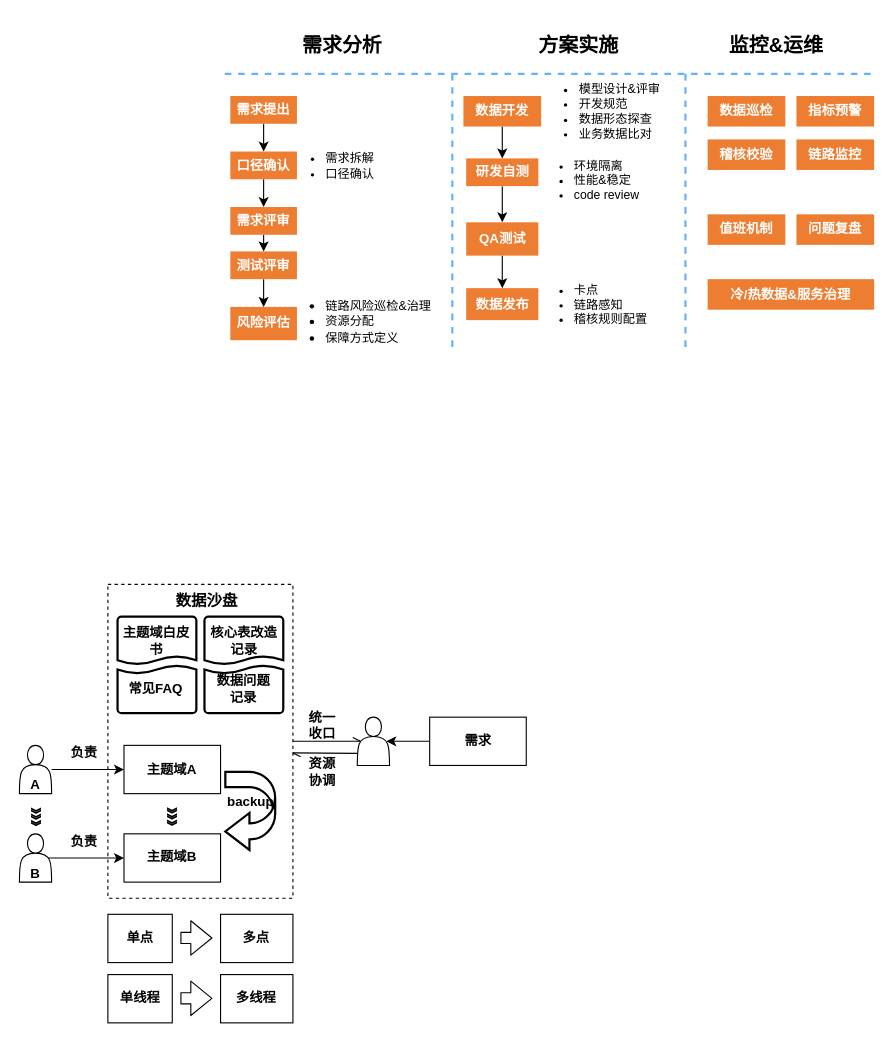
Earlier version of the draw.io diagram mt质量保障.drawio (mineminemine123/work-wiki). Source tidied: cells renumbered, new cells numbered last; positions are measured from the earlier drawing's top-left corner, leaving out a move shared by most shapes. Both pictures are drawn from the tidied source at 111%, with x=0, y=0 at pixel (19, 29).
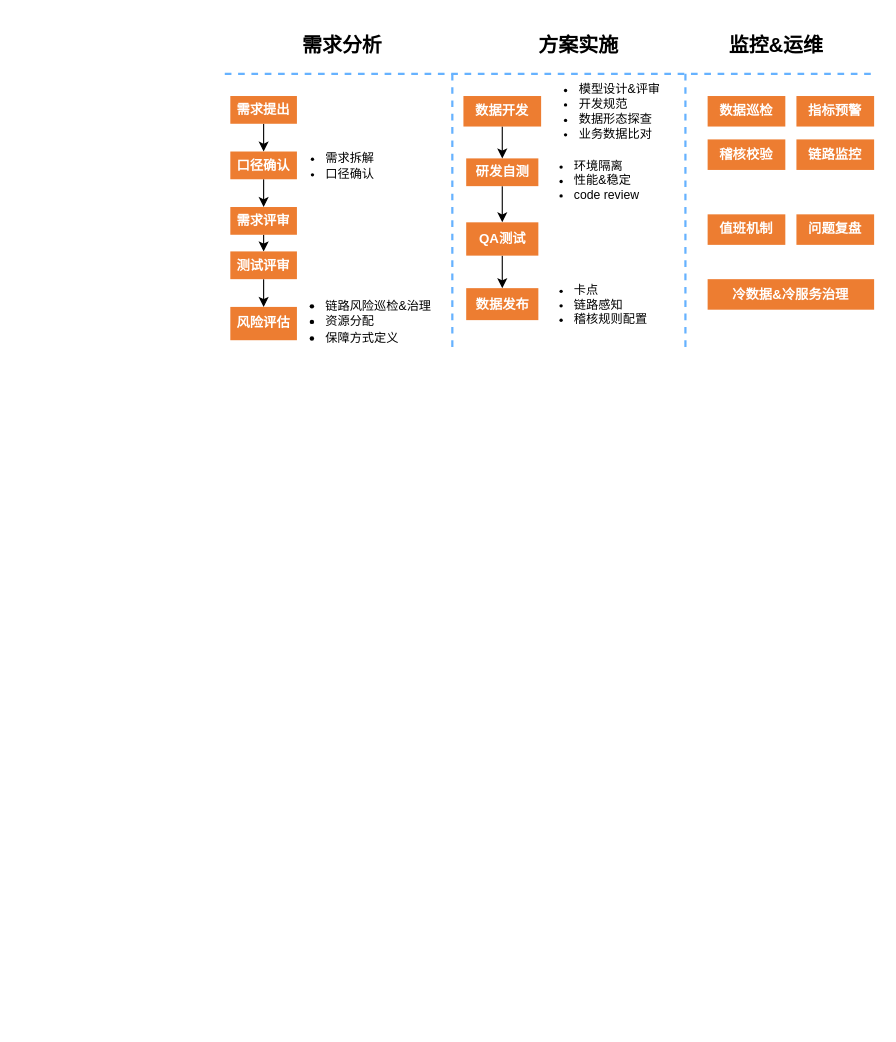
The same diagram, later.

Commit message (it also covers changes not shown here):
更新mt质量保障.drawio

Diff of the diagram source:
```diff
@@
-    <mxCell id="16" value="&lt;div&gt;&lt;ul&gt;&lt;li&gt;&lt;span&gt;卡点&lt;/span&gt;&lt;/li&gt;&lt;li&gt;链路感知&lt;/li&gt;&lt;li&gt;稽核规则配置&lt;/li&gt;&lt;/ul&gt;&lt;/div&gt;" style="text;html=1;strokeColor=none;fillColor=none;align=left;verticalAlign=middle;whiteSpace=wrap;rounded=0;dashed=1;fontSize=11;" parent="1" vertex="1">
+    <mxCell id="16" value="&lt;div style=&quot;font-size: 11px;&quot;&gt;&lt;ul style=&quot;font-size: 11px;&quot;&gt;&lt;li style=&quot;font-size: 11px;&quot;&gt;&lt;span style=&quot;font-size: 11px;&quot;&gt;卡点&lt;/span&gt;&lt;/li&gt;&lt;li style=&quot;font-size: 11px;&quot;&gt;链路感知&lt;/li&gt;&lt;li style=&quot;font-size: 11px;&quot;&gt;稽核规则配置&lt;/li&gt;&lt;/ul&gt;&lt;/div&gt;" style="text;html=1;strokeColor=none;fillColor=none;align=left;verticalAlign=middle;whiteSpace=wrap;rounded=0;dashed=1;fontSize=11;" parent="1" vertex="1">
       <mxGeometry x="457.5" y="228.1" width="114" height="38.8" as="geometry" />
     </mxCell>
@@
-    <mxCell id="30" value="&lt;font color=&quot;#ffffff&quot;&gt;&lt;b&gt;冷/热数据&amp;amp;服务治理&lt;/b&gt;&lt;/font&gt;" style="rounded=0;whiteSpace=wrap;html=1;strokeColor=none;fillColor=#ed7d31;" parent="1" vertex="1">
+    <mxCell id="30" value="&lt;font color=&quot;#ffffff&quot;&gt;&lt;b&gt;冷数据&amp;amp;冷服务治理&lt;/b&gt;&lt;/font&gt;" style="rounded=0;whiteSpace=wrap;html=1;strokeColor=none;fillColor=#ed7d31;" parent="1" vertex="1">
       <mxGeometry x="620" y="225" width="150" height="27.5" as="geometry" />
     </mxCell>
@@
-    <mxCell id="36" style="group;" parent="1" vertex="1">
-      <mxGeometry y="500" width="456.6" height="395" as="geometry" />
-    </mxCell>
-    <mxCell id="37" style="rounded=0;whiteSpace=wrap;html=1;dashed=1;fontStyle=1;" parent="36" vertex="1">
-      <mxGeometry x="79.7" width="166.7" height="282.7" as="geometry" />
-    </mxCell>
-    <mxCell id="38" value="主题域A" style="rounded=0;whiteSpace=wrap;html=1;fontStyle=1;" parent="36" vertex="1">
-      <mxGeometry x="94.2" y="145" width="87" height="43.5" as="geometry" />
-    </mxCell>
-    <mxCell id="39" value="需求" style="rounded=0;whiteSpace=wrap;html=1;fontStyle=1;" parent="36" vertex="1">
-      <mxGeometry x="369.6" y="119.6" width="87" height="43.5" as="geometry" />
-    </mxCell>
-    <mxCell id="40" style="edgeStyle=orthogonalEdgeStyle;rounded=0;jettySize=auto;html=1;fontStyle=1;" parent="36" edge="1" source="41" target="38">
-      <mxGeometry relative="1" as="geometry" />
-    </mxCell>
-    <mxCell id="41" style="shape=actor;whiteSpace=wrap;html=1;fontStyle=1;" parent="36" vertex="1">
-      <mxGeometry y="145" width="29" height="43.5" as="geometry" />
-    </mxCell>
-    <mxCell id="42" style="shape=actor;whiteSpace=wrap;html=1;fontStyle=1;" parent="36" vertex="1">
-      <mxGeometry y="224.7" width="29" height="43.5" as="geometry" />
-    </mxCell>
-    <mxCell id="43" value="主题域B" style="rounded=0;whiteSpace=wrap;html=1;fontStyle=1;" parent="36" vertex="1">
-      <mxGeometry x="94.2" y="224.7" width="87" height="43.5" as="geometry" />
-    </mxCell>
-    <mxCell id="44" style="edgeStyle=orthogonalEdgeStyle;rounded=0;jettySize=auto;html=1;exitX=0.9;exitY=0.5;exitDx=0;exitDy=0;exitPerimeter=0;fontStyle=1;" parent="36" edge="1" source="42" target="43">
-      <mxGeometry relative="1" as="geometry" />
-    </mxCell>
-    <mxCell id="45" value="A" style="text;html=1;strokeColor=none;fillColor=none;align=center;verticalAlign=middle;whiteSpace=wrap;rounded=0;fontStyle=1;" parent="36" vertex="1">
-      <mxGeometry y="173.9" width="29" height="14.5" as="geometry" />
-    </mxCell>
-    <mxCell id="46" value="B" style="text;html=1;strokeColor=none;fillColor=none;align=center;verticalAlign=middle;whiteSpace=wrap;rounded=0;fontStyle=1;" parent="36" vertex="1">
-      <mxGeometry y="253.7" width="29" height="14.5" as="geometry" />
-    </mxCell>
-    <mxCell id="47" value="负责" style="text;html=1;strokeColor=none;fillColor=none;align=center;verticalAlign=middle;whiteSpace=wrap;rounded=0;fontStyle=1;" parent="36" vertex="1">
-      <mxGeometry x="43.5" y="145" width="29" height="14.5" as="geometry" />
-    </mxCell>
-    <mxCell id="48" value="负责" style="text;html=1;strokeColor=none;fillColor=none;align=center;verticalAlign=middle;whiteSpace=wrap;rounded=0;fontStyle=1;" parent="36" vertex="1">
-      <mxGeometry x="43.5" y="224.7" width="29" height="14.5" as="geometry" />
-    </mxCell>
-    <mxCell id="49" value="》》》" style="text;html=1;strokeColor=none;fillColor=none;align=center;verticalAlign=middle;whiteSpace=wrap;rounded=0;rotation=90;fontStyle=1;" parent="36" vertex="1">
-      <mxGeometry y="202.9" width="29" height="14.5" as="geometry" />
-    </mxCell>
-    <mxCell id="50" value="》》》" style="text;html=1;strokeColor=none;fillColor=none;align=center;verticalAlign=middle;whiteSpace=wrap;rounded=0;rotation=90;fontStyle=1;" parent="36" vertex="1">
-      <mxGeometry x="123.2" y="202.9" width="29" height="14.5" as="geometry" />
-    </mxCell>
-    <mxCell id="51" value="统一收口" style="text;html=1;strokeColor=none;fillColor=none;align=center;verticalAlign=middle;whiteSpace=wrap;rounded=0;fontStyle=1;" parent="36" vertex="1">
-      <mxGeometry x="260" y="119.6" width="26.3" height="14.5" as="geometry" />
-    </mxCell>
-    <mxCell id="52" value="单点" style="rounded=0;whiteSpace=wrap;html=1;fontStyle=1;" parent="36" vertex="1">
-      <mxGeometry x="79.7" y="297.2" width="58" height="43.5" as="geometry" />
-    </mxCell>
-    <mxCell id="53" value="多点" style="rounded=0;whiteSpace=wrap;html=1;fontStyle=1;" parent="36" vertex="1">
-      <mxGeometry x="181.2" y="297.2" width="65.2" height="43.5" as="geometry" />
-    </mxCell>
-    <mxCell id="54" style="shape=actor;whiteSpace=wrap;html=1;fontStyle=1;" parent="36" vertex="1">
-      <mxGeometry x="304.4" y="119.6" width="29" height="43.5" as="geometry" />
-    </mxCell>
-    <mxCell id="55" style="edgeStyle=orthogonalEdgeStyle;rounded=0;jettySize=auto;html=1;exitX=1;exitY=0.5;exitDx=0;exitDy=0;entryX=0.1;entryY=0.5;entryDx=0;entryDy=0;entryPerimeter=0;endArrow=openAsync;endFill=0;fontStyle=1;" parent="36" edge="1" source="37" target="54">
-      <mxGeometry relative="1" as="geometry" />
-    </mxCell>
-    <mxCell id="56" style="edgeStyle=orthogonalEdgeStyle;rounded=0;jettySize=auto;html=1;exitX=0;exitY=0.5;exitDx=0;exitDy=0;entryX=0.9;entryY=0.5;entryDx=0;entryDy=0;entryPerimeter=0;fontSize=16;fontStyle=1;" parent="36" edge="1" source="39" target="54">
-      <mxGeometry relative="1" as="geometry" />
-    </mxCell>
-    <mxCell id="57" style="shape=flexArrow;endArrow=classic;html=1;fontStyle=1;" parent="36" edge="1">
-      <mxGeometry relative="1" as="geometry">
-        <mxPoint x="145" y="318.5" as="sourcePoint" />
-        <mxPoint x="173.9" y="318.5" as="targetPoint" />
-      </mxGeometry>
-    </mxCell>
-    <mxCell id="58" value="&lt;font style=&quot;font-size: 14px;&quot;&gt;数据沙盘&lt;/font&gt;" style="text;html=1;strokeColor=none;fillColor=none;align=center;verticalAlign=middle;whiteSpace=wrap;rounded=0;fontSize=16;fontStyle=1;" parent="36" vertex="1">
-      <mxGeometry x="137.7" y="7.2" width="62.3" height="14.5" as="geometry" />
-    </mxCell>
-    <mxCell id="59" value="单线程" style="rounded=0;whiteSpace=wrap;html=1;fontStyle=1;" parent="36" vertex="1">
-      <mxGeometry x="79.7" y="351.5" width="58" height="43.5" as="geometry" />
-    </mxCell>
-    <mxCell id="60" value="多线程" style="rounded=0;whiteSpace=wrap;html=1;fontStyle=1;" parent="36" vertex="1">
-      <mxGeometry x="181.2" y="351.5" width="65.2" height="43.5" as="geometry" />
-    </mxCell>
-    <mxCell id="61" style="shape=flexArrow;endArrow=classic;html=1;fontStyle=1;" parent="36" edge="1">
-      <mxGeometry relative="1" as="geometry">
-        <mxPoint x="145" y="372.9" as="sourcePoint" />
-        <mxPoint x="173.9" y="372.9" as="targetPoint" />
-      </mxGeometry>
-    </mxCell>
-    <mxCell id="62" value="核心表改造记录" style="shape=mxgraph.flowchart.document;whiteSpace=wrap;html=1;fillColor=#ffffff;strokeColor=#000000;strokeWidth=2;fontStyle=1;" parent="36" vertex="1">
-      <mxGeometry x="166.7" y="29" width="71" height="43.5" as="geometry" />
-    </mxCell>
-    <mxCell id="63" value="主题域白皮书" style="shape=mxgraph.flowchart.document;whiteSpace=wrap;html=1;fillColor=#ffffff;strokeColor=#000000;strokeWidth=2;fontStyle=1;" parent="36" vertex="1">
-      <mxGeometry x="88.4" y="29" width="71" height="43.5" as="geometry" />
-    </mxCell>
-    <mxCell id="64" style="shape=mxgraph.flowchart.document;whiteSpace=wrap;html=1;fillColor=#ffffff;strokeColor=#000000;strokeWidth=2;rotation=-180;fontStyle=1;" parent="36" vertex="1">
-      <mxGeometry x="88.4" y="72.5" width="71" height="43.5" as="geometry" />
-    </mxCell>
-    <mxCell id="65" value="常见FAQ" style="text;html=1;strokeColor=none;fillColor=none;align=center;verticalAlign=middle;whiteSpace=wrap;rounded=0;fontStyle=1;" parent="36" vertex="1">
-      <mxGeometry x="94.2" y="87" width="58" height="14.5" as="geometry" />
-    </mxCell>
-    <mxCell id="66" style="shape=mxgraph.flowchart.document;whiteSpace=wrap;html=1;fillColor=#ffffff;strokeColor=#000000;strokeWidth=2;rotation=-180;fontStyle=1;" parent="36" vertex="1">
-      <mxGeometry x="166.7" y="72.5" width="71" height="43.5" as="geometry" />
-    </mxCell>
-    <mxCell id="67" value="数据问题记录" style="text;html=1;strokeColor=none;fillColor=none;align=center;verticalAlign=middle;whiteSpace=wrap;rounded=0;fontStyle=1;" parent="36" vertex="1">
-      <mxGeometry x="172.5" y="87" width="58" height="14.5" as="geometry" />
-    </mxCell>
-    <mxCell id="68" style="endArrow=openAsync;html=1;exitX=0;exitY=0.75;exitDx=0;exitDy=0;endFill=0;fontStyle=1;" parent="36" edge="1" source="54">
-      <mxGeometry relative="1" as="geometry">
-        <mxPoint x="246.4" y="151.8" as="targetPoint" />
-      </mxGeometry>
-    </mxCell>
-    <mxCell id="69" value="资源协调" style="text;html=1;strokeColor=none;fillColor=none;align=center;verticalAlign=middle;whiteSpace=wrap;rounded=0;fontStyle=1;" parent="36" vertex="1">
-      <mxGeometry x="260" y="144.9" width="26.3" height="47.8" as="geometry" />
-    </mxCell>
-    <mxCell id="70" style="shape=mxgraph.arrows.u_turn_left_arrow;whiteSpace=wrap;html=1;fillColor=#ffffff;strokeColor=#000000;strokeWidth=2;" parent="36" vertex="1">
-      <mxGeometry x="185.5" y="168.9" width="44.9" height="70.3" as="geometry" />
-    </mxCell>
-    <mxCell id="71" value="backup" style="text;html=1;strokeColor=none;fillColor=none;align=center;verticalAlign=middle;whiteSpace=wrap;rounded=0;fontStyle=1;" parent="36" vertex="1">
-      <mxGeometry x="193.5" y="188.4" width="29" height="14.5" as="geometry" />
-    </mxCell>
```
